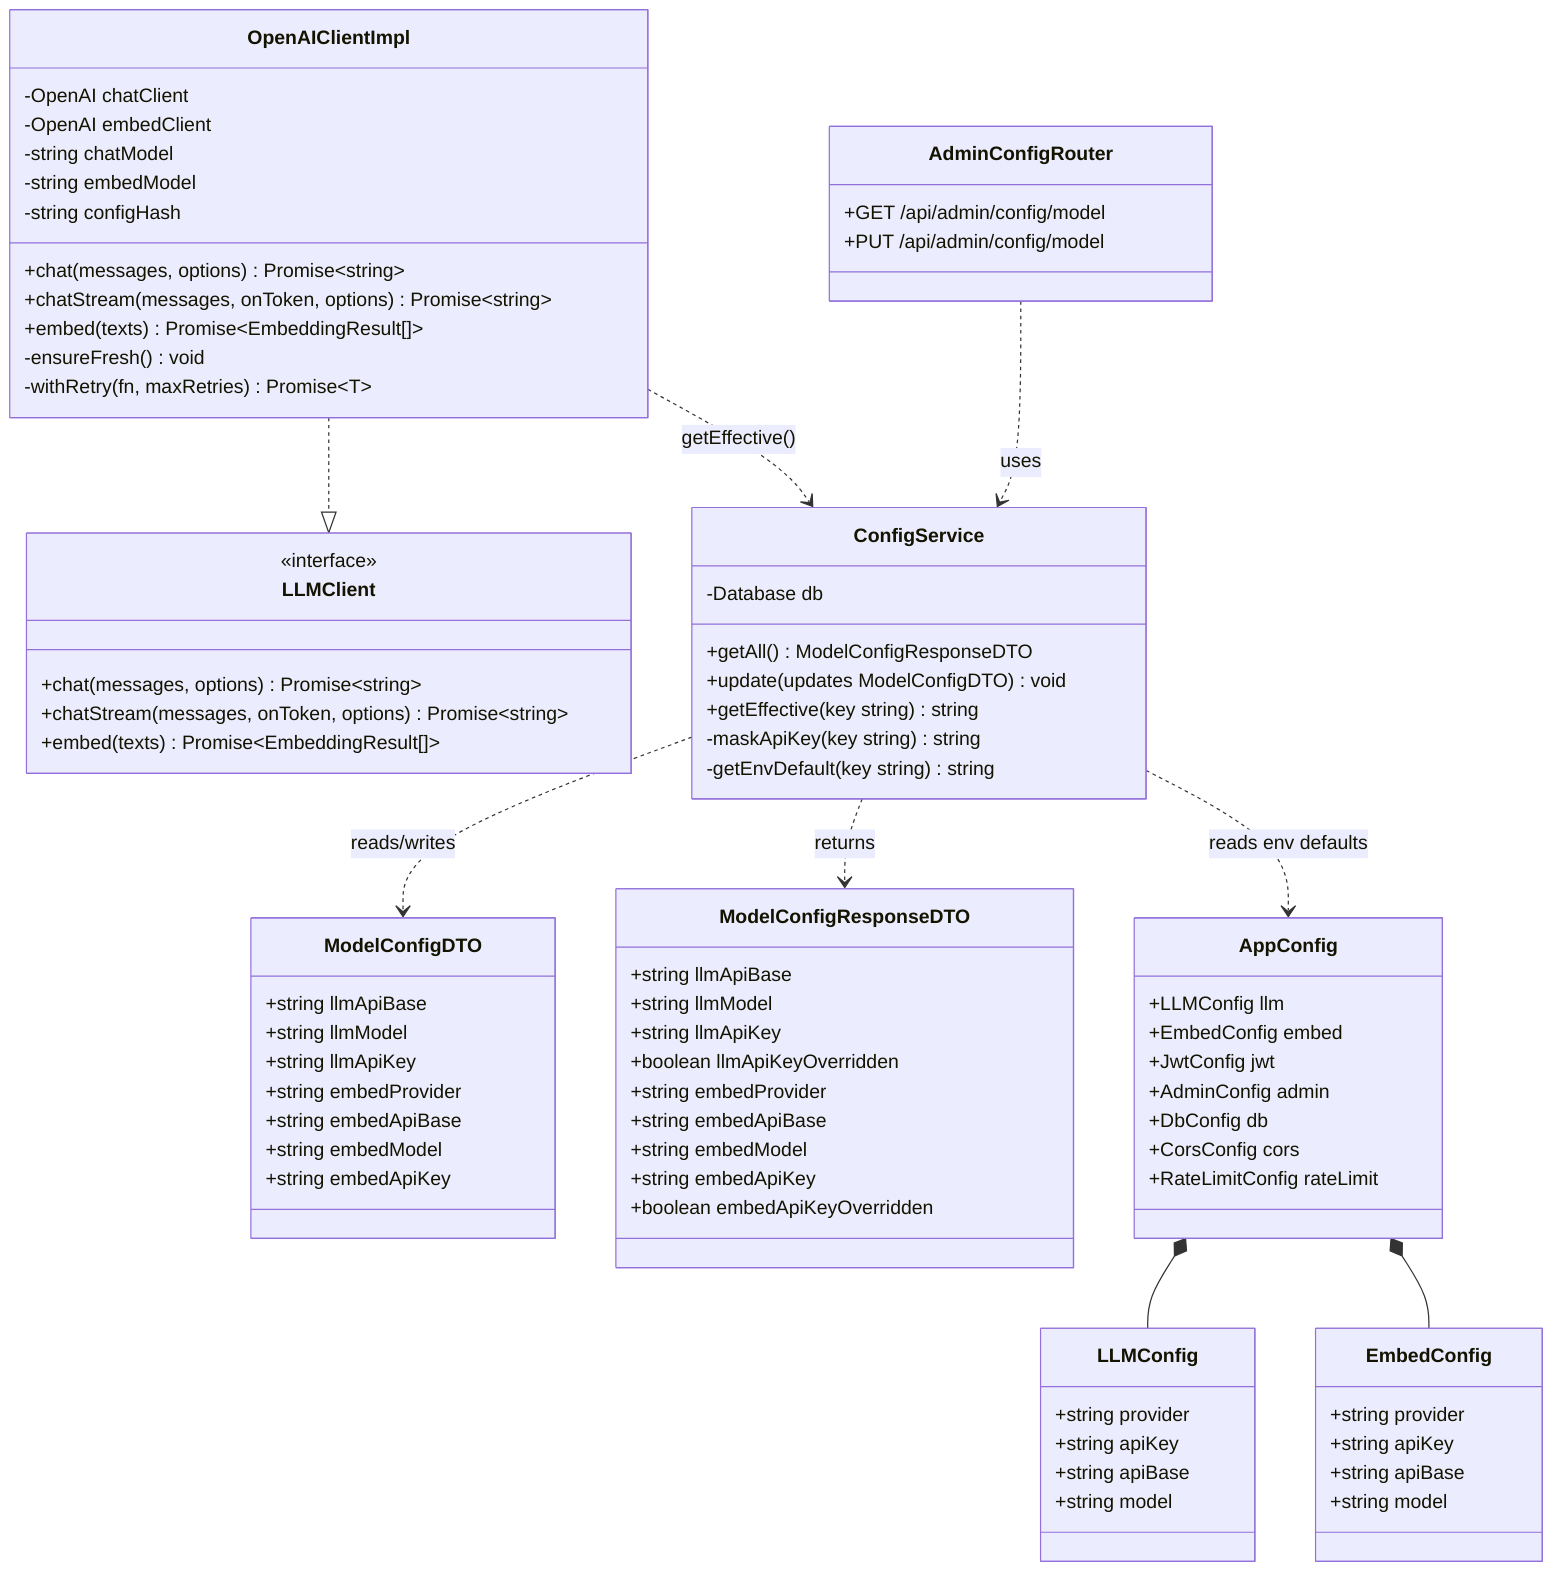
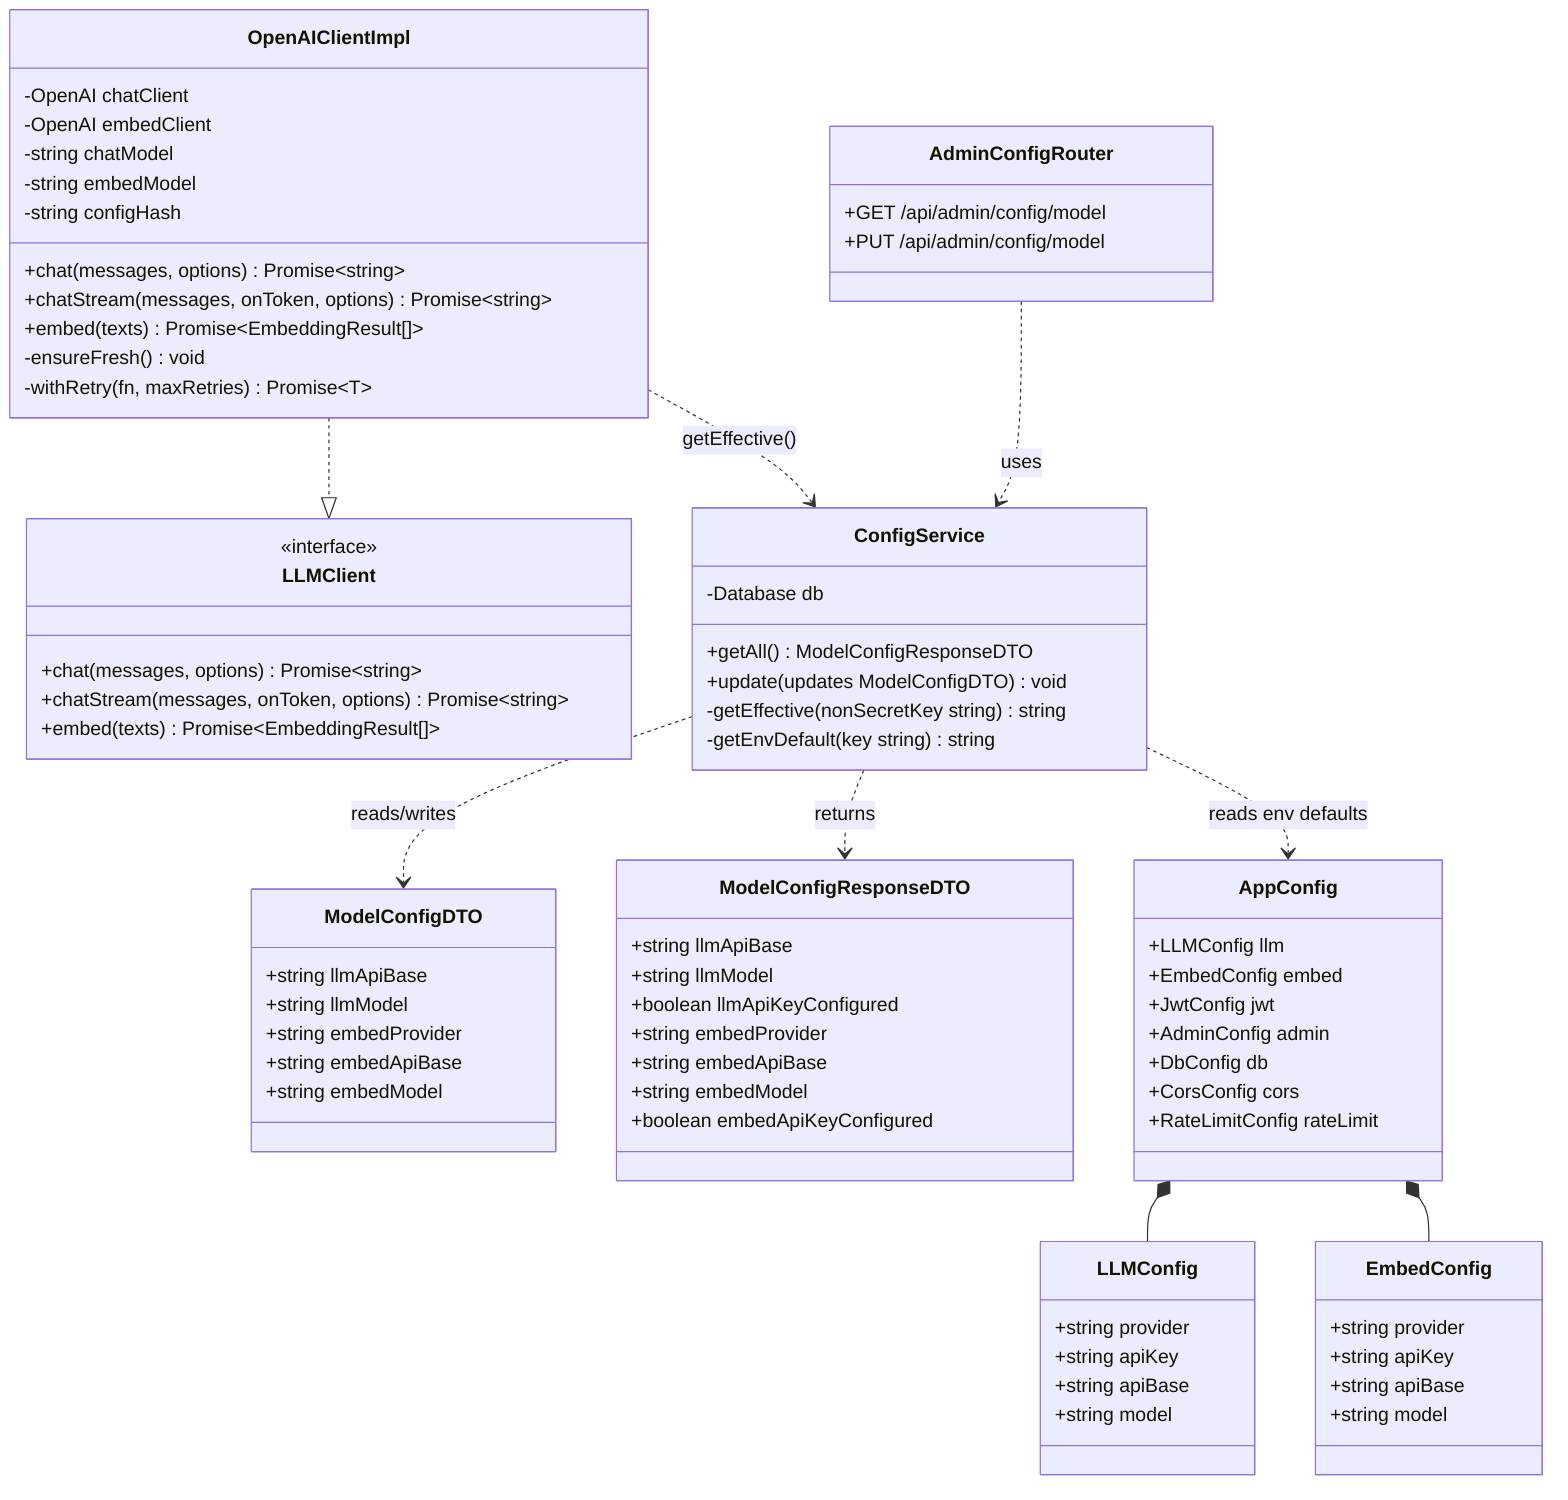
classDiagram
    %% ── Config Interfaces ──
    class LLMConfig {
        +string provider
        +string apiKey
        +string apiBase
        +string model
    }

    class EmbedConfig {
        +string provider
        +string apiKey
        +string apiBase
        +string model
    }

    class AppConfig {
        +LLMConfig llm
        +EmbedConfig embed
        +JwtConfig jwt
        +AdminConfig admin
        +DbConfig db
        +CorsConfig cors
        +RateLimitConfig rateLimit
    }

    %% ── DTO ──
    class ModelConfigDTO {
        +string llmApiBase
        +string llmModel
-         +string llmApiKey
        +string embedProvider
        +string embedApiBase
        +string embedModel
-         +string embedApiKey
    }

    class ModelConfigResponseDTO {
        +string llmApiBase
        +string llmModel
-         +string llmApiKey
-         +boolean llmApiKeyOverridden
+         +boolean llmApiKeyConfigured
        +string embedProvider
        +string embedApiBase
        +string embedModel
-         +string embedApiKey
-         +boolean embedApiKeyOverridden
+         +boolean embedApiKeyConfigured
    }

    %% ── Service ──
    class ConfigService {
        -Database db
        +getAll() ModelConfigResponseDTO
        +update(updates ModelConfigDTO) void
-         +getEffective(key string) string
-         -maskApiKey(key string) string
+         -getEffective(nonSecretKey string) string
        -getEnvDefault(key string) string
    }

    %% ── LLM Client ──
    class OpenAIClientImpl {
        -OpenAI chatClient
        -OpenAI embedClient
        -string chatModel
        -string embedModel
        -string configHash
        +chat(messages, options) Promise~string~
        +chatStream(messages, onToken, options) Promise~string~
        +embed(texts) Promise~EmbeddingResult[]~
        -ensureFresh() void
        -withRetry(fn, maxRetries) Promise~T~
    }

    class LLMClient {
        <<interface>>
        +chat(messages, options) Promise~string~
        +chatStream(messages, onToken, options) Promise~string~
        +embed(texts) Promise~EmbeddingResult[]~
    }

    %% ── Router ──
    class AdminConfigRouter {
        +GET /api/admin/config/model
        +PUT /api/admin/config/model
    }

    %% ── Relationships ──
    AppConfig *-- LLMConfig
    AppConfig *-- EmbedConfig
    ConfigService ..> ModelConfigDTO : reads/writes
    ConfigService ..> ModelConfigResponseDTO : returns
    ConfigService ..> AppConfig : reads env defaults
    OpenAIClientImpl ..|> LLMClient
    OpenAIClientImpl ..> ConfigService : getEffective()
    AdminConfigRouter ..> ConfigService : uses
